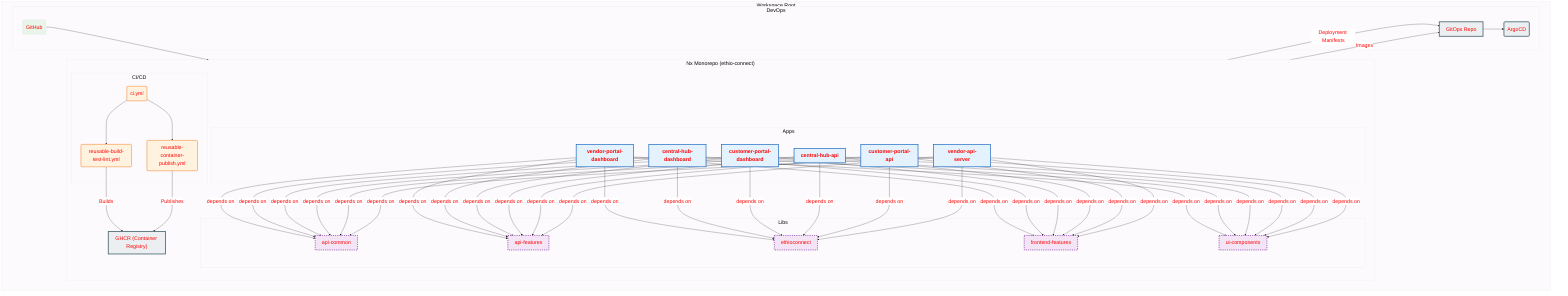
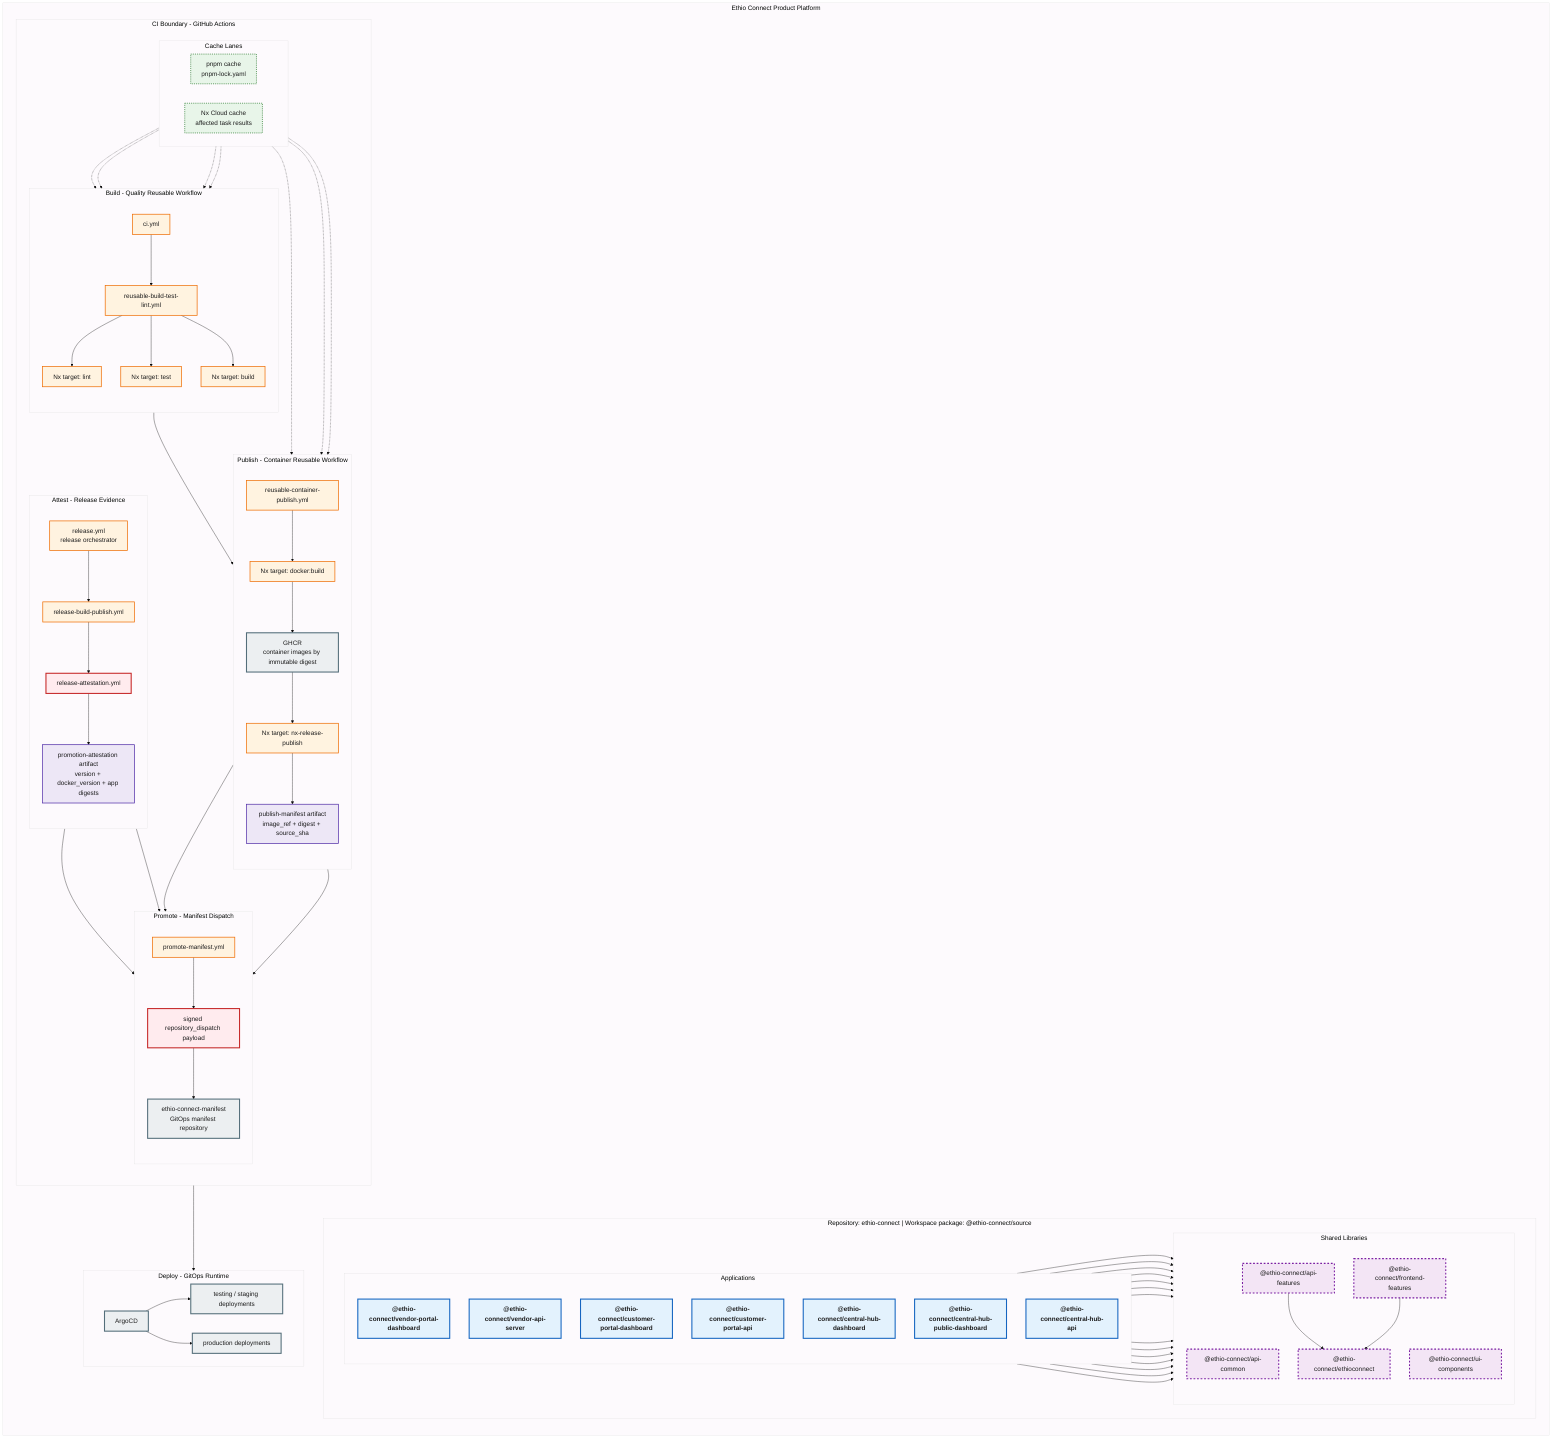
- %%{init: {'theme': 'base', 'themeVariables': { 'fontSize': '24px', 'fontFamily': 'arial', 'primaryColor': '#e8f5e9', 'primaryTextColor': '#ff0000ff', 'edgeLabelBackground':'#ffffff' }, 'flowchart': {'nodeSpacing': 70, 'rankSpacing': 70}}}%%
- graph TD
+ %%{init: {'theme': 'base', 'themeVariables': { 'fontSize': '18px', 'fontFamily': 'arial', 'primaryColor': '#e8f5e9', 'primaryTextColor': '#1b1b1b', 'edgeLabelBackground':'#ffffff' }, 'flowchart': {'nodeSpacing': 55, 'rankSpacing': 70}}}%%
+ flowchart TD
    classDef app fill:#e3f2fd,stroke:#1565c0,stroke-width:3px,font-weight:bold;
    classDef lib fill:#f3e5f5,stroke:#7b1fa2,stroke-width:3px,stroke-dasharray: 5 5;
    classDef ci fill:#fff3e0,stroke:#ef6c00,stroke-width:2px;
-     classDef infra fill:#eceff1,stroke:#546e7a,stroke-width:4px;
+     classDef infra fill:#eceff1,stroke:#546e7a,stroke-width:3px;
+     classDef security fill:#ffebee,stroke:#c62828,stroke-width:3px;
+     classDef cache fill:#e8f5e9,stroke:#2e7d32,stroke-width:2px,stroke-dasharray: 3 3;
+     classDef artifact fill:#ede7f6,stroke:#512da8,stroke-width:2px;

-     subgraph "Workspace Root"
-         direction LR
-         subgraph "Nx Monorepo (ethio-connect)"
-             direction TB
-             subgraph "Apps"
-                 A[vendor-portal-dashboard]:::app
-                 B[central-hub-dashboard]:::app
-                 C[customer-portal-dashboard]:::app
-                 D[central-hub-api]:::app
-                 E[customer-portal-api]:::app
-                 F[vendor-api-server]:::app
+     subgraph Product["Ethio Connect Product Platform"]
+         direction TB
+ 
+         subgraph Repository["Repository: ethio-connect | Workspace package: @ethio-connect/source"]
+             direction LR
+ 
+             subgraph Apps["Applications"]
+                 direction TB
+                 VendorDash["@ethio-connect/vendor-portal-dashboard"]:::app
+                 VendorApi["@ethio-connect/vendor-api-server"]:::app
+                 CustomerDash["@ethio-connect/customer-portal-dashboard"]:::app
+                 CustomerApi["@ethio-connect/customer-portal-api"]:::app
+                 HubDash["@ethio-connect/central-hub-dashboard"]:::app
+                 HubPublic["@ethio-connect/central-hub-public-dashboard"]:::app
+                 HubApi["@ethio-connect/central-hub-api"]:::app
            end

-             subgraph "Libs"
-                 G[api-common]:::lib
-                 H[api-features]:::lib
-                 I[ethioconnect]:::lib
-                 J[frontend-features]:::lib
-                 K[ui-components]:::lib
+             subgraph Libs["Shared Libraries"]
+                 direction TB
+                 ApiCommon["@ethio-connect/api-common"]:::lib
+                 ApiFeatures["@ethio-connect/api-features"]:::lib
+                 ProductLib["@ethio-connect/ethioconnect"]:::lib
+                 FrontendFeatures["@ethio-connect/frontend-features"]:::lib
+                 UiComponents["@ethio-connect/ui-components"]:::lib
+             end
+         end
+ 
+         subgraph CI["CI Boundary - GitHub Actions"]
+             direction TB
+ 
+             subgraph CacheLane["Cache Lanes"]
+                 direction LR
+                 PnpmCache["pnpm cache\npnpm-lock.yaml"]:::cache
+                 NxCloudCache["Nx Cloud cache\naffected task results"]:::cache
            end

-             subgraph "CI/CD"
-                 CI_Main("ci.yml"):::ci
-                 CI_Build("reusable-build-test-lint.yml"):::ci
-                 CI_Publish("reusable-container-publish.yml"):::ci
+             subgraph Build["Build - Quality Reusable Workflow"]
+                 direction TB
+                 CIWorkflow["ci.yml"]:::ci
+                 QualityWorkflow["reusable-build-test-lint.yml"]:::ci
+                 NxLint["Nx target: lint"]:::ci
+                 NxTest["Nx target: test"]:::ci
+                 NxBuild["Nx target: build"]:::ci
            end

-             CI_Main --> CI_Build
-             CI_Main --> CI_Publish
-             CI_Build -->|Builds| GHCR["GHCR (Container Registry)"]:::infra
-             CI_Publish -->|Publishes| GHCR
+             subgraph Publish["Publish - Container Reusable Workflow"]
+                 direction TB
+                 ContainerWorkflow["reusable-container-publish.yml"]:::ci
+                 DockerBuild["Nx target: docker:build"]:::ci
+                 NxReleasePublish["Nx target: nx-release-publish"]:::ci
+                 GHCR["GHCR\ncontainer images by immutable digest"]:::infra
+                 PublishManifest["publish-manifest artifact\nimage_ref + digest + source_sha"]:::artifact
+             end

-             A & B & C & D & E & F -->|depends on| G & H & I & J & K
+             subgraph Attest["Attest - Release Evidence"]
+                 direction TB
+                 ReleaseWorkflow["release.yml\nrelease orchestrator"]:::ci
+                 ReleaseBuildPublish["release-build-publish.yml"]:::ci
+                 ReleaseAttestation["release-attestation.yml"]:::security
+                 PromotionAttestation["promotion-attestation artifact\nversion + docker_version + app digests"]:::artifact
+             end
+ 
+             subgraph Promote["Promote - Manifest Dispatch"]
+                 direction TB
+                 PromoteManifest["promote-manifest.yml"]:::ci
+                 SignedDispatch["signed repository_dispatch payload"]:::security
+                 ManifestRepo["ethio-connect-manifest\nGitOps manifest repository"]:::infra
+             end
        end

-         subgraph "DevOps"
-             SC("GitHub") --> CI_Main
-             CI_Publish -->|Deployment Manifests| GR["GitOps Repo"]:::infra
-             GHCR -->|Images| GR
-             GR --> ArgoCD("ArgoCD"):::infra
+         subgraph Deploy["Deploy - GitOps Runtime"]
+             direction LR
+             ArgoCD["ArgoCD"]:::infra
+             NonProd["testing / staging deployments"]:::infra
+             Production["production deployments"]:::infra
        end
-     end+     end
+ 
+     VendorDash --> FrontendFeatures
+     VendorDash --> UiComponents
+     CustomerDash --> FrontendFeatures
+     CustomerDash --> UiComponents
+     HubDash --> FrontendFeatures
+     HubDash --> UiComponents
+     HubPublic --> FrontendFeatures
+     HubPublic --> UiComponents
+     VendorApi --> ApiCommon
+     VendorApi --> ApiFeatures
+     CustomerApi --> ApiCommon
+     CustomerApi --> ApiFeatures
+     HubApi --> ApiCommon
+     HubApi --> ApiFeatures
+     ApiFeatures --> ProductLib
+     FrontendFeatures --> ProductLib
+ 
+     CIWorkflow --> QualityWorkflow
+     QualityWorkflow --> NxLint
+     QualityWorkflow --> NxTest
+     QualityWorkflow --> NxBuild
+     PnpmCache -.-> QualityWorkflow
+     NxCloudCache -.-> NxLint
+     NxCloudCache -.-> NxTest
+     NxCloudCache -.-> NxBuild
+ 
+     CIWorkflow --> ContainerWorkflow
+     ContainerWorkflow --> DockerBuild
+     DockerBuild --> GHCR
+     GHCR --> NxReleasePublish
+     NxReleasePublish --> PublishManifest
+     PnpmCache -.-> ContainerWorkflow
+     NxCloudCache -.-> DockerBuild
+     NxCloudCache -.-> NxReleasePublish
+ 
+     ReleaseWorkflow --> ReleaseBuildPublish
+     ReleaseBuildPublish --> ReleaseAttestation
+     ReleaseAttestation --> PromotionAttestation
+     ReleaseWorkflow --> PromoteManifest
+     PromotionAttestation --> PromoteManifest
+     GHCR --> PromoteManifest
+     PromoteManifest --> SignedDispatch
+     SignedDispatch --> ManifestRepo
+     PublishManifest --> ManifestRepo
+     ManifestRepo --> ArgoCD
+     ArgoCD --> NonProd
+     ArgoCD --> Production
